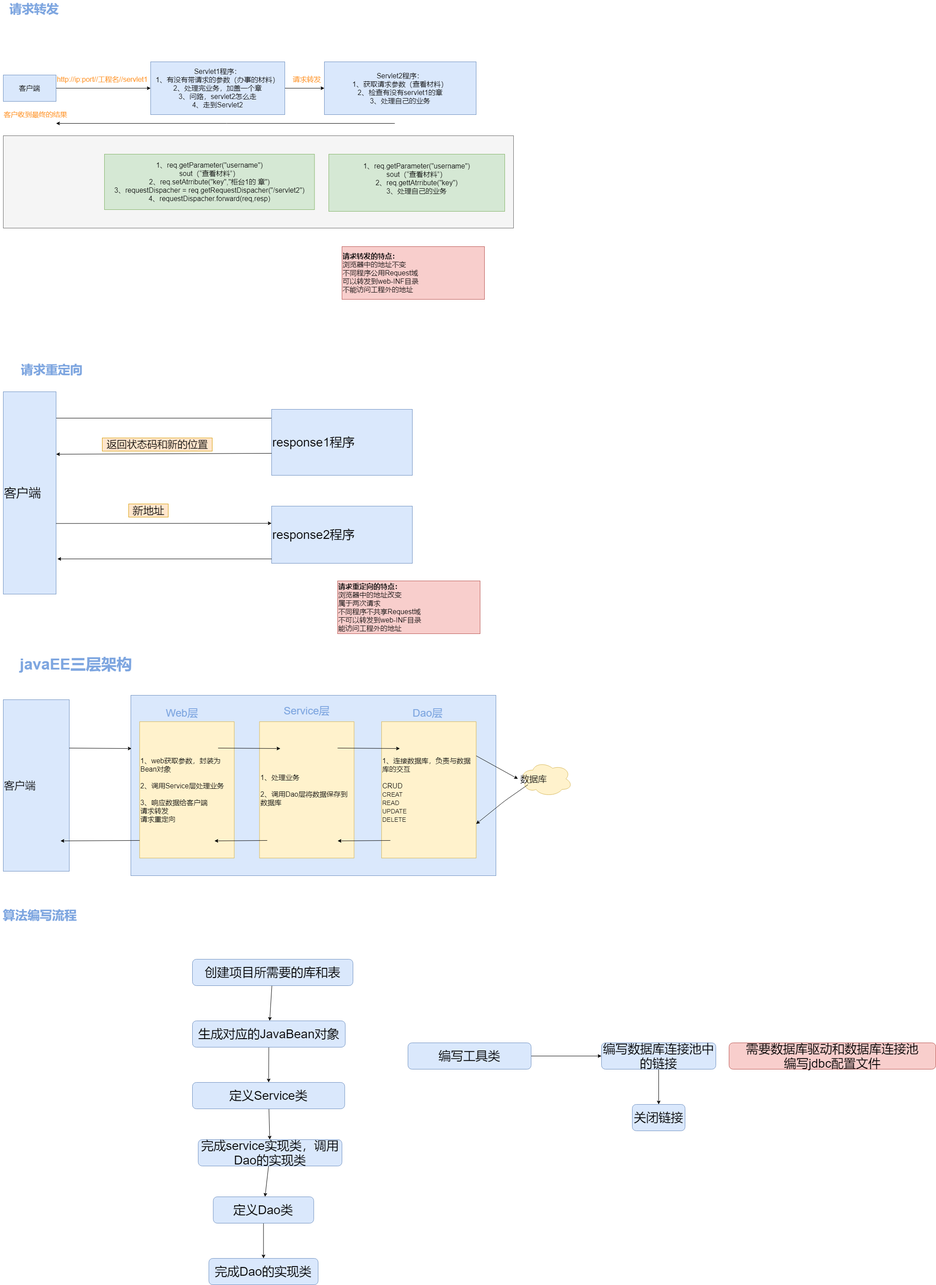
The draw.io diagram web-Page-2.png in kusuzi/LearnJava, before a commit. Source tidied: cells renumbered, new cells last; positions are measured from the earlier drawing's top-left corner, leaving out a move shared by most shapes.
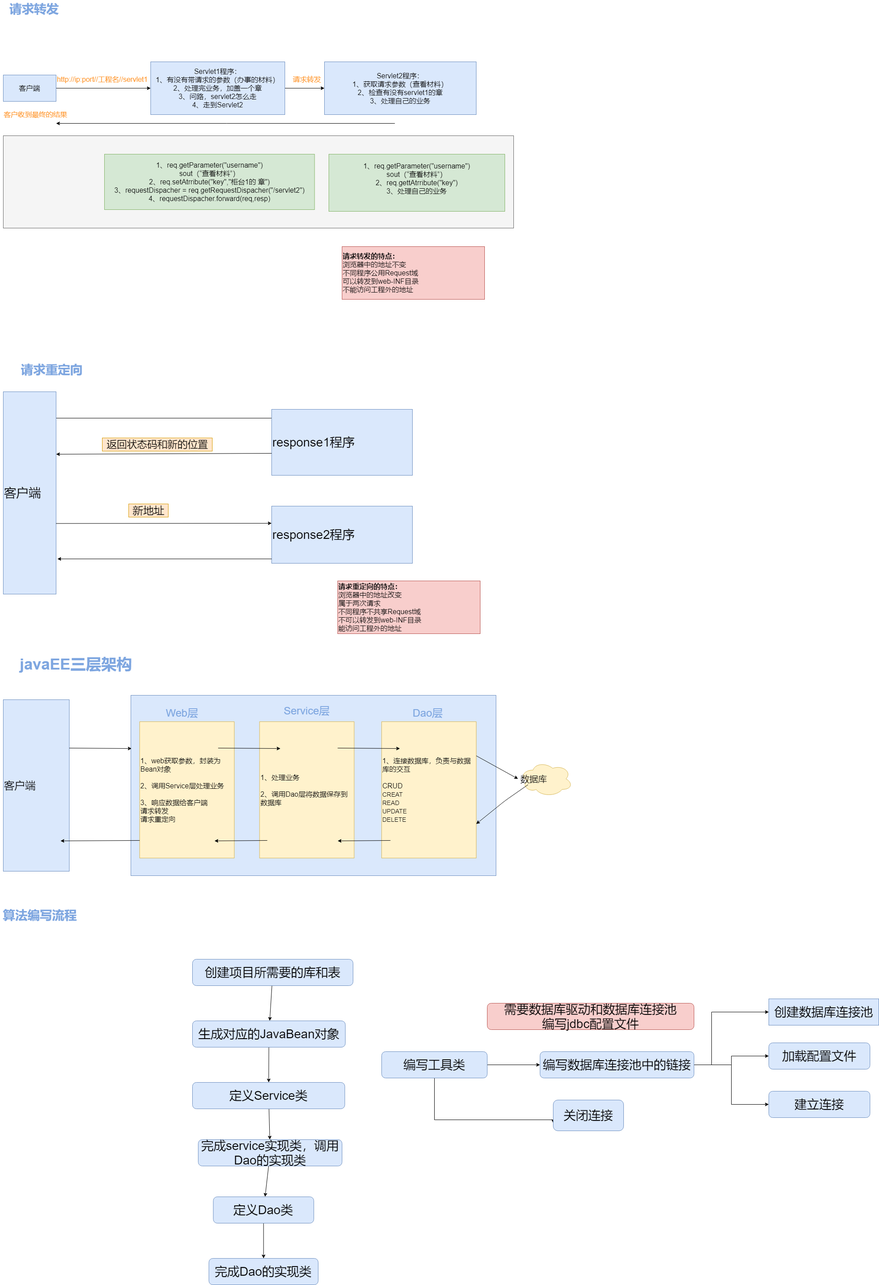
Later version of the same file.

Change to the diagram source:
```diff
@@ -206,23 +206,53 @@
     <mxCell id="56" value="完成Dao的实现类" style="whiteSpace=wrap;html=1;rounded=1;fontSize=28;align=center;strokeColor=#6c8ebf;fillColor=#dae8fc;" parent="1" vertex="1">
       <mxGeometry x="474.3" y="2860" width="248.4" height="60" as="geometry" />
     </mxCell>
-    <mxCell id="57" style="edgeStyle=none;rounded=0;jettySize=auto;html=1;fontSize=28;fontColor=#000000;align=center;" parent="1" edge="1" source="58" target="60">
+    <mxCell id="57" style="edgeStyle=orthogonalEdgeStyle;rounded=0;jettySize=auto;html=1;entryX=0;entryY=0.5;entryDx=0;entryDy=0;fontSize=28;fontColor=#000000;align=center;" parent="1" edge="1" source="58" target="60">
       <mxGeometry relative="1" as="geometry" />
     </mxCell>
+    <mxCell id="63" style="edgeStyle=orthogonalEdgeStyle;rounded=0;jettySize=auto;html=1;entryX=0;entryY=0.75;entryDx=0;entryDy=0;fontSize=28;fontColor=#000000;align=center;" parent="1" edge="1" source="58" target="67">
+      <mxGeometry relative="1" as="geometry">
+        <Array as="points">
+          <mxPoint x="987" y="2545" />
+        </Array>
+      </mxGeometry>
+    </mxCell>
     <mxCell id="58" value="编写工具类" style="rounded=1;whiteSpace=wrap;html=1;fontSize=28;align=center;fillColor=#dae8fc;strokeColor=#6c8ebf;" parent="1" vertex="1">
-      <mxGeometry x="927" y="2370" width="280" height="60" as="geometry" />
+      <mxGeometry x="867" y="2390" width="240" height="60" as="geometry" />
     </mxCell>
-    <mxCell id="59" style="edgeStyle=none;rounded=0;jettySize=auto;html=1;fontSize=28;fontColor=#000000;align=center;" parent="1" edge="1" source="60" target="61">
-      <mxGeometry relative="1" as="geometry" />
-    </mxCell>
+    <mxCell id="64" style="edgeStyle=orthogonalEdgeStyle;rounded=0;jettySize=auto;html=1;entryX=0;entryY=0.5;entryDx=0;entryDy=0;fontSize=28;fontColor=#000000;align=center;" parent="1" edge="1" source="60" target="68">
+      <mxGeometry relative="1" as="geometry">
+        <Array as="points">
+          <mxPoint x="1617" y="2420" />
+          <mxPoint x="1617" y="2300" />
+        </Array>
+      </mxGeometry>
+    </mxCell>
+    <mxCell id="65" style="edgeStyle=orthogonalEdgeStyle;rounded=0;jettySize=auto;html=1;entryX=0;entryY=0.5;entryDx=0;entryDy=0;fontSize=28;fontColor=#000000;align=center;" parent="1" edge="1" source="60" target="69">
+      <mxGeometry relative="1" as="geometry" />
+    </mxCell>
+    <mxCell id="66" style="edgeStyle=orthogonalEdgeStyle;rounded=0;jettySize=auto;html=1;entryX=0;entryY=0.5;entryDx=0;entryDy=0;fontSize=28;fontColor=#000000;align=center;" parent="1" edge="1" source="60" target="71">
+      <mxGeometry relative="1" as="geometry" />
+    </mxCell>
     <mxCell id="60" value="编写数据库连接池中的链接" style="whiteSpace=wrap;html=1;rounded=1;fontSize=28;strokeColor=#6c8ebf;fillColor=#dae8fc;" parent="1" vertex="1">
-      <mxGeometry x="1367" y="2370" width="260" height="60" as="geometry" />
+      <mxGeometry x="1227" y="2390" width="350" height="60" as="geometry" />
     </mxCell>
-    <mxCell id="61" value="关闭链接" style="whiteSpace=wrap;html=1;rounded=1;fontSize=28;strokeColor=#6c8ebf;fillColor=#dae8fc;" parent="1" vertex="1">
-      <mxGeometry x="1437" y="2510" width="120" height="60" as="geometry" />
-    </mxCell>
     <mxCell id="62" value="需要数据库驱动和数据库连接池&lt;br&gt;编写jdbc配置文件" style="rounded=1;whiteSpace=wrap;html=1;fontSize=28;align=center;fillColor=#f8cecc;strokeColor=#b85450;" parent="1" vertex="1">
-      <mxGeometry x="1657" y="2370" width="470" height="60" as="geometry" />
+      <mxGeometry x="1107" y="2280" width="470" height="60" as="geometry" />
     </mxCell>
+    <mxCell id="67" value="关闭连接" style="whiteSpace=wrap;html=1;rounded=1;fontSize=28;strokeColor=#6c8ebf;fillColor=#dae8fc;" parent="1" vertex="1">
+      <mxGeometry x="1257" y="2500" width="160" height="70" as="geometry" />
+    </mxCell>
+    <mxCell id="68" value="创建数据库连接池&lt;br&gt;" style="rounded=0;whiteSpace=wrap;html=1;fontSize=28;align=center;fillColor=#dae8fc;strokeColor=#6c8ebf;" parent="1" vertex="1">
+      <mxGeometry x="1747" y="2270" width="250" height="60" as="geometry" />
+    </mxCell>
+    <mxCell id="69" value="加载配置文件" style="rounded=1;whiteSpace=wrap;html=1;fontSize=28;align=center;fillColor=#dae8fc;strokeColor=#6c8ebf;" parent="1" vertex="1">
+      <mxGeometry x="1747" y="2370" width="230" height="60" as="geometry" />
+    </mxCell>
+    <mxCell id="70" style="edgeStyle=orthogonalEdgeStyle;rounded=0;orthogonalLoop=1;jettySize=auto;html=1;exitX=0.5;exitY=1;exitDx=0;exitDy=0;fontSize=28;fontColor=#000000;align=center;" parent="1" edge="1" source="68" target="68">
+      <mxGeometry relative="1" as="geometry" />
+    </mxCell>
+    <mxCell id="71" value="建立连接" style="rounded=1;whiteSpace=wrap;html=1;fontSize=28;strokeColor=#6c8ebf;fillColor=#dae8fc;" parent="1" vertex="1">
+      <mxGeometry x="1747" y="2480" width="230" height="60" as="geometry" />
+    </mxCell>
   </root>
 </mxGraphModel>
```
